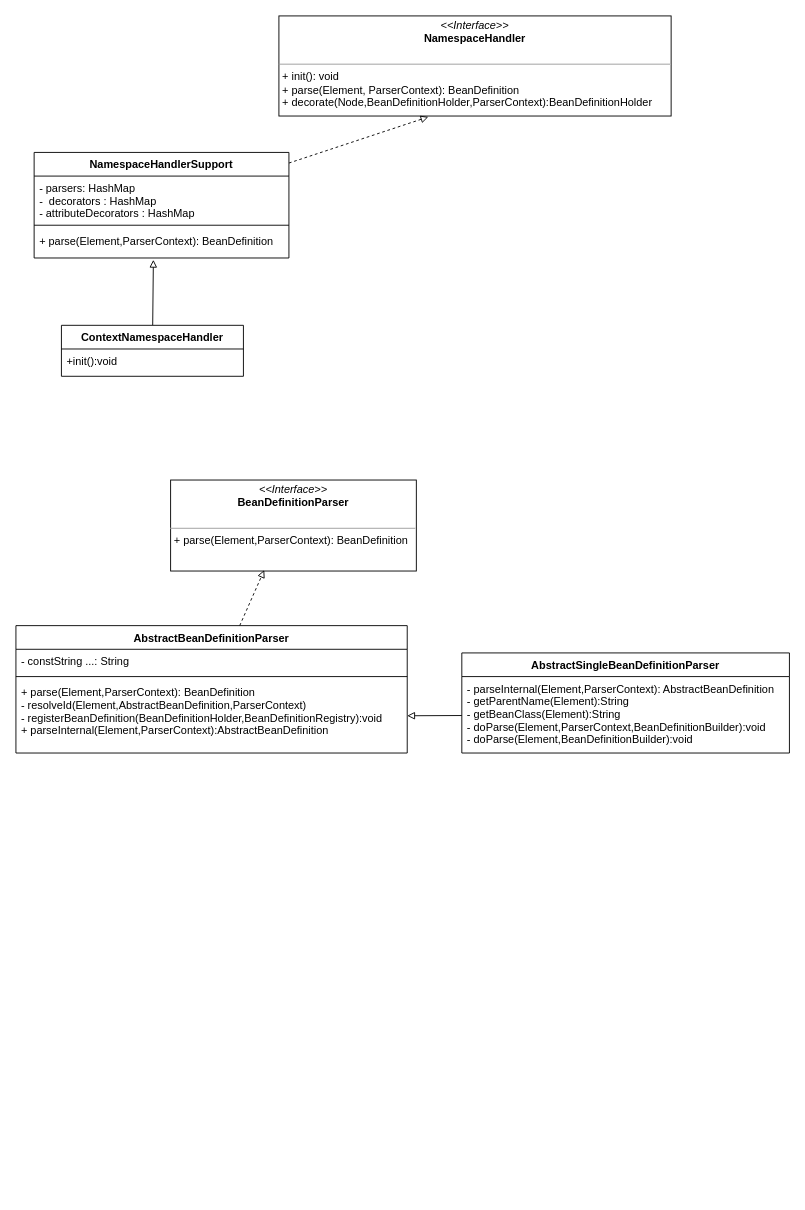
This is diagrams/springframework2.drawio from arxobject/spring_analysis, a draw.io file, before an edit. Source tidied: cells renumbered, new cells numbered last; positions are measured from the earlier drawing's top-left corner, leaving out a move shared by most shapes. Both pictures are drawn from the tidied source at 91%, with x=0, y=0 at pixel (15, 15).
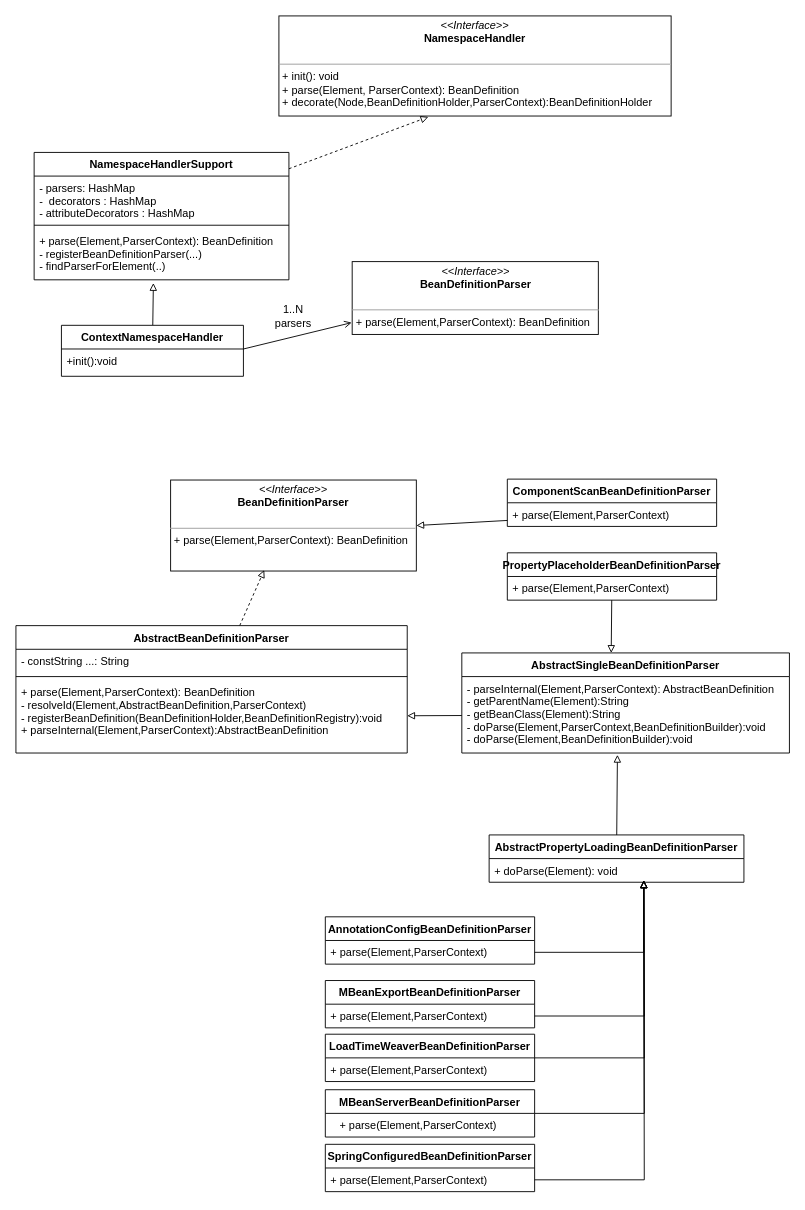
The same page after the edit.

The change refers to these unchanged cells:
```xml
<mxCell id="10" value="+init():void" style="text;strokeColor=none;fillColor=none;align=left;verticalAlign=top;spacingLeft=4;spacingRight=4;overflow=hidden;points=[[0,0.5],[1,0.5]];portConstraint=eastwest;" parent="9" vertex="1">
  <mxGeometry y="26" width="200" height="30" as="geometry" />
</mxCell>
<mxCell id="11" value="&lt;p style=&quot;margin: 0px ; margin-top: 4px ; text-align: center&quot;&gt;&lt;i&gt;&amp;lt;&amp;lt;Interface&amp;gt;&amp;gt;&lt;/i&gt;&lt;br&gt;&lt;b&gt;BeanDefinitionParser&lt;/b&gt;&lt;br&gt;&lt;/p&gt;&lt;p style=&quot;margin: 0px ; margin-left: 4px&quot;&gt;&lt;br&gt;&lt;/p&gt;&lt;hr size=&quot;1&quot;&gt;&lt;p style=&quot;margin: 0px ; margin-left: 4px&quot;&gt;+ parse(Element,ParserContext):&amp;nbsp;BeanDefinition&lt;br&gt;&lt;/p&gt;" style="verticalAlign=top;align=left;overflow=fill;fontSize=12;fontFamily=Helvetica;html=1;" parent="1" vertex="1">
  <mxGeometry x="170" y="510" width="270" height="100" as="geometry" />
</mxCell>
<mxCell id="17" value="AbstractSingleBeanDefinitionParser" style="swimlane;fontStyle=1;align=center;verticalAlign=top;horizontal=1;startSize=26;" parent="1" vertex="1">
  <mxGeometry x="490" y="700" width="360" height="110" as="geometry" />
</mxCell>
<mxCell id="18" value="- parseInternal(Element,ParserContext): AbstractBeanDefinition&#10;- getParentName(Element):String&#10;- getBeanClass(Element):String&#10;- doParse(Element,ParserContext,BeanDefinitionBuilder):void&#10;- doParse(Element,BeanDefinitionBuilder):void" style="text;strokeColor=none;fillColor=none;align=left;verticalAlign=top;spacingLeft=4;spacingRight=4;overflow=hidden;points=[[0,0.5],[1,0.5]];portConstraint=eastwest;" parent="17" vertex="1">
  <mxGeometry y="26" width="360" height="84" as="geometry" />
</mxCell>
```

Diff of the diagram source:
```diff
@@
     <mxCell id="4" value="NamespaceHandlerSupport" style="swimlane;fontStyle=1;align=center;verticalAlign=top;horizontal=1;startSize=26;" parent="1" vertex="1">
-      <mxGeometry x="20" y="150" width="280" height="116" as="geometry" />
+      <mxGeometry x="20" y="150" width="280" height="140" as="geometry" />
     </mxCell>
@@
-    <mxCell id="7" value="+ parse(Element,ParserContext): BeanDefinition" style="text;strokeColor=none;fillColor=none;align=left;verticalAlign=top;spacingLeft=4;spacingRight=4;overflow=hidden;points=[[0,0.5],[1,0.5]];portConstraint=eastwest;" parent="4" vertex="1">
-      <mxGeometry y="84" width="280" height="32" as="geometry" />
+    <mxCell id="7" value="+ parse(Element,ParserContext): BeanDefinition&#10;- registerBeanDefinitionParser(...)&#10;- findParserForElement(..)" style="text;strokeColor=none;fillColor=none;align=left;verticalAlign=top;spacingLeft=4;spacingRight=4;overflow=hidden;points=[[0,0.5],[1,0.5]];portConstraint=eastwest;" parent="4" vertex="1">
+      <mxGeometry y="84" width="280" height="56" as="geometry" />
     </mxCell>
@@
+    <mxCell id="20" style="edgeStyle=none;rounded=0;jettySize=auto;html=1;entryX=0.475;entryY=1.024;entryDx=0;entryDy=0;entryPerimeter=0;endArrow=block;endFill=0;" parent="1" edge="1" source="21" target="18">
+      <mxGeometry relative="1" as="geometry" />
+    </mxCell>
+    <mxCell id="21" value="AbstractPropertyLoadingBeanDefinitionParser" style="swimlane;fontStyle=1;align=center;verticalAlign=top;horizontal=1;startSize=26;fillColor=none;" parent="1" vertex="1">
+      <mxGeometry x="520" y="900" width="280" height="52" as="geometry" />
+    </mxCell>
+    <mxCell id="22" value="+ doParse(Element): void" style="text;strokeColor=none;fillColor=none;align=left;verticalAlign=top;spacingLeft=4;spacingRight=4;overflow=hidden;points=[[0,0.5],[1,0.5]];portConstraint=eastwest;" parent="21" vertex="1">
+      <mxGeometry y="26" width="280" height="26" as="geometry" />
+    </mxCell>
+    <mxCell id="23" value="AnnotationConfigBeanDefinitionParser" style="swimlane;fontStyle=1;align=center;verticalAlign=top;horizontal=1;startSize=26;fillColor=none;" parent="1" vertex="1">
+      <mxGeometry x="340" y="990" width="230" height="52" as="geometry" />
+    </mxCell>
+    <mxCell id="24" value="+ parse(Element,ParserContext)" style="text;strokeColor=none;fillColor=none;align=left;verticalAlign=top;spacingLeft=4;spacingRight=4;overflow=hidden;points=[[0,0.5],[1,0.5]];portConstraint=eastwest;" parent="23" vertex="1">
+      <mxGeometry y="26" width="230" height="26" as="geometry" />
+    </mxCell>
+    <mxCell id="25" value="MBeanExportBeanDefinitionParser" style="swimlane;fontStyle=1;align=center;verticalAlign=top;horizontal=1;startSize=26;fillColor=none;" parent="1" vertex="1">
+      <mxGeometry x="340" y="1060" width="230" height="52" as="geometry" />
+    </mxCell>
+    <mxCell id="26" value="+ parse(Element,ParserContext)" style="text;strokeColor=none;fillColor=none;align=left;verticalAlign=top;spacingLeft=4;spacingRight=4;overflow=hidden;points=[[0,0.5],[1,0.5]];portConstraint=eastwest;" parent="25" vertex="1">
+      <mxGeometry y="26" width="230" height="26" as="geometry" />
+    </mxCell>
+    <mxCell id="27" style="edgeStyle=orthogonalEdgeStyle;rounded=0;jettySize=auto;html=1;endArrow=block;endFill=0;entryX=0.607;entryY=0.923;entryDx=0;entryDy=0;entryPerimeter=0;" parent="1" edge="1" source="24" target="22">
+      <mxGeometry relative="1" as="geometry">
+        <Array as="points">
+          <mxPoint x="690" y="1029" />
+        </Array>
+      </mxGeometry>
+    </mxCell>
+    <mxCell id="28" style="edgeStyle=orthogonalEdgeStyle;rounded=0;jettySize=auto;html=1;endArrow=block;endFill=0;" parent="1" edge="1" source="29">
+      <mxGeometry relative="1" as="geometry">
+        <mxPoint x="690" y="950" as="targetPoint" />
+      </mxGeometry>
+    </mxCell>
+    <mxCell id="29" value="LoadTimeWeaverBeanDefinitionParser" style="swimlane;fontStyle=1;align=center;verticalAlign=top;horizontal=1;startSize=26;fillColor=none;" parent="1" vertex="1">
+      <mxGeometry x="340" y="1119" width="230" height="52" as="geometry" />
+    </mxCell>
+    <mxCell id="30" value="+ parse(Element,ParserContext)" style="text;strokeColor=none;fillColor=none;align=left;verticalAlign=top;spacingLeft=4;spacingRight=4;overflow=hidden;" parent="29" vertex="1">
+      <mxGeometry y="26" width="230" height="26" as="geometry" />
+    </mxCell>
+    <mxCell id="31" style="edgeStyle=orthogonalEdgeStyle;rounded=0;jettySize=auto;html=1;endArrow=block;endFill=0;" parent="1" edge="1" source="26">
+      <mxGeometry relative="1" as="geometry">
+        <mxPoint x="690" y="950" as="targetPoint" />
+      </mxGeometry>
+    </mxCell>
+    <mxCell id="32" style="edgeStyle=orthogonalEdgeStyle;rounded=0;jettySize=auto;html=1;endArrow=block;endFill=0;" parent="1" edge="1" source="33">
+      <mxGeometry relative="1" as="geometry">
+        <mxPoint x="690" y="950" as="targetPoint" />
+      </mxGeometry>
+    </mxCell>
+    <mxCell id="33" value="MBeanServerBeanDefinitionParser" style="swimlane;fontStyle=1;align=center;verticalAlign=top;horizontal=1;startSize=26;fillColor=none;" parent="1" vertex="1">
+      <mxGeometry x="340" y="1180" width="230" height="52" as="geometry" />
+    </mxCell>
+    <mxCell id="34" value="SpringConfiguredBeanDefinitionParser" style="swimlane;fontStyle=1;align=center;verticalAlign=top;horizontal=1;startSize=26;fillColor=none;" parent="1" vertex="1">
+      <mxGeometry x="340" y="1240" width="230" height="52" as="geometry" />
+    </mxCell>
+    <mxCell id="35" value="+ parse(Element,ParserContext)" style="text;strokeColor=none;fillColor=none;align=left;verticalAlign=top;spacingLeft=4;spacingRight=4;overflow=hidden;points=[[0,0.5],[1,0.5]];portConstraint=eastwest;" parent="34" vertex="1">
+      <mxGeometry y="26" width="230" height="26" as="geometry" />
+    </mxCell>
+    <mxCell id="36" value="+ parse(Element,ParserContext)" style="text;strokeColor=none;fillColor=none;align=left;verticalAlign=top;spacingLeft=4;spacingRight=4;overflow=hidden;" parent="1" vertex="1">
+      <mxGeometry x="350" y="1206" width="230" height="26" as="geometry" />
+    </mxCell>
+    <mxCell id="37" style="edgeStyle=orthogonalEdgeStyle;rounded=0;jettySize=auto;html=1;endArrow=block;endFill=0;" parent="1" edge="1" source="35">
+      <mxGeometry relative="1" as="geometry">
+        <mxPoint x="690" y="950" as="targetPoint" />
+      </mxGeometry>
+    </mxCell>
+    <mxCell id="38" value="ComponentScanBeanDefinitionParser" style="swimlane;fontStyle=1;align=center;verticalAlign=top;horizontal=1;startSize=26;fillColor=none;" parent="1" vertex="1">
+      <mxGeometry x="540" y="509" width="230" height="52" as="geometry" />
+    </mxCell>
+    <mxCell id="39" value="+ parse(Element,ParserContext)" style="text;strokeColor=none;fillColor=none;align=left;verticalAlign=top;spacingLeft=4;spacingRight=4;overflow=hidden;points=[[0,0.5],[1,0.5]];portConstraint=eastwest;" parent="38" vertex="1">
+      <mxGeometry y="26" width="230" height="26" as="geometry" />
+    </mxCell>
+    <mxCell id="40" style="rounded=0;jettySize=auto;html=1;entryX=1;entryY=0.5;entryDx=0;entryDy=0;endArrow=block;endFill=0;" parent="1" edge="1" source="39" target="11">
+      <mxGeometry relative="1" as="geometry" />
+    </mxCell>
+    <mxCell id="41" style="edgeStyle=none;rounded=0;jettySize=auto;html=1;entryX=0.456;entryY=0;entryDx=0;entryDy=0;entryPerimeter=0;endArrow=block;endFill=0;" parent="1" edge="1" source="42" target="17">
+      <mxGeometry relative="1" as="geometry" />
+    </mxCell>
+    <mxCell id="42" value="PropertyPlaceholderBeanDefinitionParser" style="swimlane;fontStyle=1;align=center;verticalAlign=top;horizontal=1;startSize=26;fillColor=none;" parent="1" vertex="1">
+      <mxGeometry x="540" y="590" width="230" height="52" as="geometry" />
+    </mxCell>
+    <mxCell id="43" value="+ parse(Element,ParserContext)" style="text;strokeColor=none;fillColor=none;align=left;verticalAlign=top;spacingLeft=4;spacingRight=4;overflow=hidden;" parent="42" vertex="1">
+      <mxGeometry y="26" width="230" height="26" as="geometry" />
+    </mxCell>
+    <mxCell id="44" value="&lt;p style=&quot;margin: 0px ; margin-top: 4px ; text-align: center&quot;&gt;&lt;i&gt;&amp;lt;&amp;lt;Interface&amp;gt;&amp;gt;&lt;/i&gt;&lt;br&gt;&lt;b&gt;BeanDefinitionParser&lt;/b&gt;&lt;br&gt;&lt;/p&gt;&lt;p style=&quot;margin: 0px ; margin-left: 4px&quot;&gt;&lt;br&gt;&lt;/p&gt;&lt;hr size=&quot;1&quot;&gt;&lt;p style=&quot;margin: 0px ; margin-left: 4px&quot;&gt;+ parse(Element,ParserContext):&amp;nbsp;BeanDefinition&lt;br&gt;&lt;/p&gt;" style="verticalAlign=top;align=left;overflow=fill;fontSize=12;fontFamily=Helvetica;html=1;" parent="1" vertex="1">
+      <mxGeometry x="369.5" y="270" width="270.5" height="80" as="geometry" />
+    </mxCell>
+    <mxCell id="45" value="1..N&lt;br&gt;parsers" style="text;html=1;strokeColor=none;fillColor=none;align=center;verticalAlign=middle;whiteSpace=wrap;rounded=0;" parent="1" vertex="1">
+      <mxGeometry x="285" y="320" width="40" height="20" as="geometry" />
+    </mxCell>
+    <mxCell id="46" style="edgeStyle=none;rounded=0;jettySize=auto;html=1;entryX=-0.002;entryY=0.838;entryDx=0;entryDy=0;entryPerimeter=0;endArrow=open;endFill=0;exitX=1;exitY=0;exitDx=0;exitDy=0;exitPerimeter=0;" parent="1" edge="1" source="10" target="44">
+      <mxGeometry relative="1" as="geometry" />
+    </mxCell>
```
